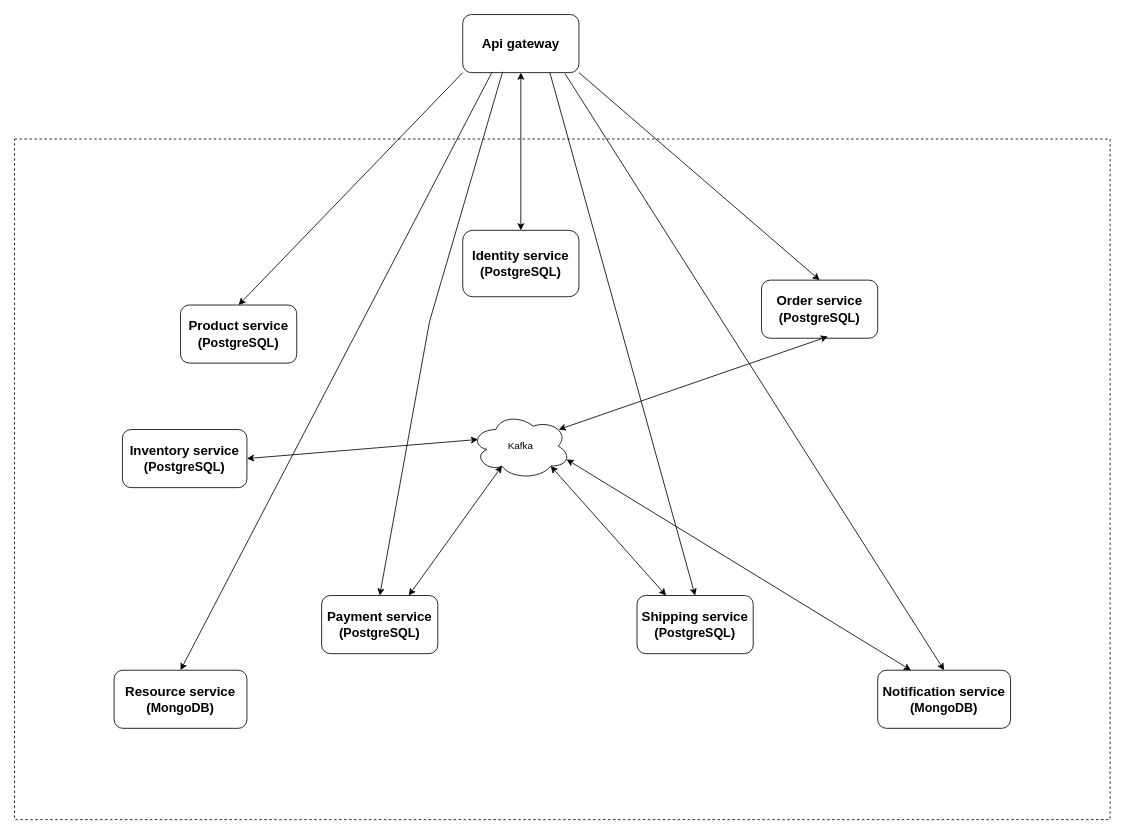
Earlier version of the draw.io diagram page "Microservice tructure" (1 of 8) of Microservice_clothing_shop.drawio (hoang2912002/e-commerce). Source tidied: cells renumbered, new cells numbered last; positions are measured from the earlier drawing's top-left corner, leaving out a move shared by most shapes. Both pictures are drawn from the tidied source at 83%, with x=0, y=0 at pixel (14, 14).
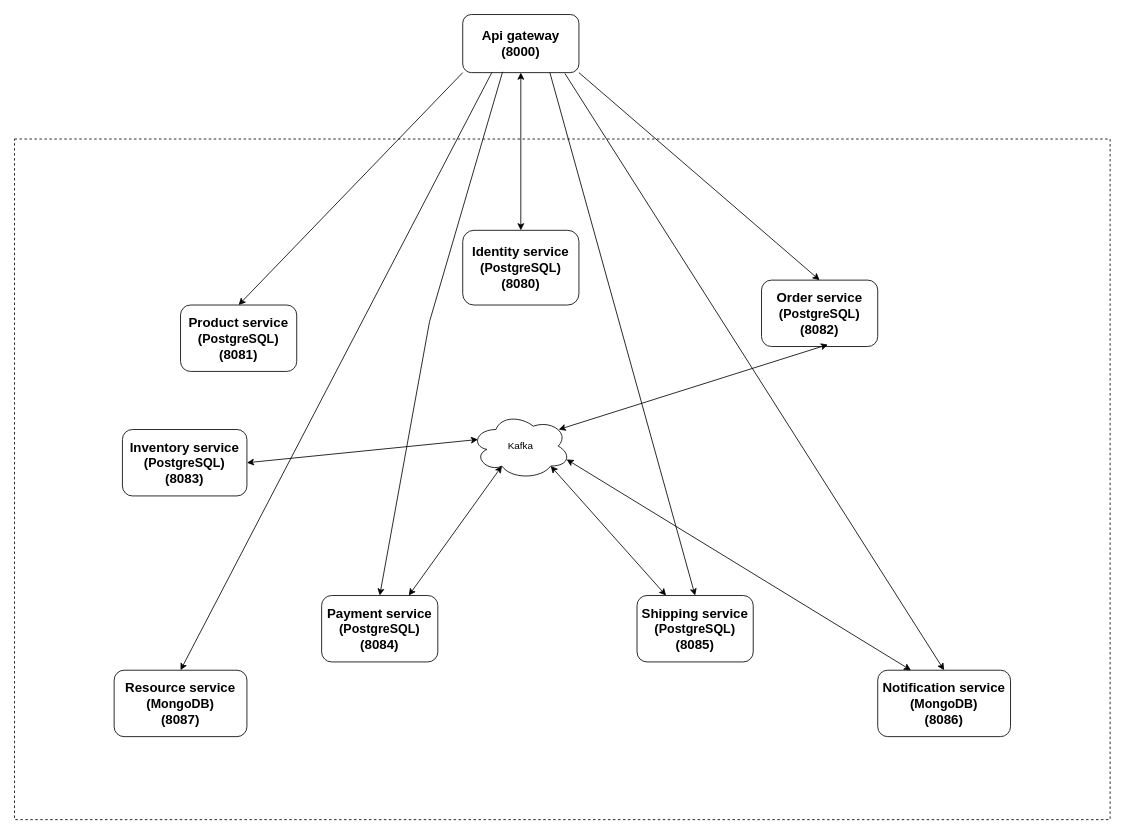
The same diagram, later.

What changed in the source:
```diff
@@
-    <mxCell id="3" value="&lt;b&gt;&lt;font style=&quot;font-size: 16px;&quot;&gt;Identity service&lt;/font&gt;&lt;/b&gt;&lt;div&gt;&lt;b&gt;&lt;font style=&quot;font-size: 16px;&quot;&gt;(&lt;/font&gt;&lt;/b&gt;&lt;span style=&quot;background-color: transparent; color: light-dark(rgb(0, 0, 0), rgb(255, 255, 255));&quot;&gt;&lt;font style=&quot;font-size: 15px;&quot;&gt;&lt;b&gt;PostgreSQL&lt;/b&gt;&lt;/font&gt;&lt;/span&gt;&lt;b style=&quot;background-color: transparent; color: light-dark(rgb(0, 0, 0), rgb(255, 255, 255));&quot;&gt;&lt;font style=&quot;font-size: 16px;&quot;&gt;)&lt;/font&gt;&lt;/b&gt;&lt;/div&gt;" style="rounded=1;whiteSpace=wrap;html=1;" parent="1" vertex="1">
-      <mxGeometry x="540" y="260" width="140" height="80" as="geometry" />
+    <mxCell id="3" value="&lt;b&gt;&lt;font style=&quot;font-size: 16px;&quot;&gt;Identity service&lt;/font&gt;&lt;/b&gt;&lt;div&gt;&lt;b&gt;&lt;font style=&quot;font-size: 16px;&quot;&gt;(&lt;/font&gt;&lt;/b&gt;&lt;span style=&quot;background-color: transparent; color: light-dark(rgb(0, 0, 0), rgb(255, 255, 255));&quot;&gt;&lt;font style=&quot;font-size: 15px;&quot;&gt;&lt;b&gt;PostgreSQL&lt;/b&gt;&lt;/font&gt;&lt;/span&gt;&lt;b style=&quot;background-color: transparent; color: light-dark(rgb(0, 0, 0), rgb(255, 255, 255));&quot;&gt;&lt;font style=&quot;font-size: 16px;&quot;&gt;)&lt;/font&gt;&lt;/b&gt;&lt;/div&gt;&lt;div&gt;&lt;b style=&quot;background-color: transparent; color: light-dark(rgb(0, 0, 0), rgb(255, 255, 255));&quot;&gt;&lt;font style=&quot;font-size: 16px;&quot;&gt;(8080)&lt;/font&gt;&lt;/b&gt;&lt;/div&gt;" style="rounded=1;whiteSpace=wrap;html=1;" parent="1" vertex="1">
+      <mxGeometry x="540" y="260" width="140" height="90" as="geometry" />
     </mxCell>
-    <mxCell id="4" value="&lt;b&gt;&lt;font style=&quot;font-size: 16px;&quot;&gt;Product service&lt;/font&gt;&lt;/b&gt;&lt;div&gt;&lt;b&gt;&lt;font style=&quot;font-size: 16px;&quot;&gt;(&lt;/font&gt;&lt;/b&gt;&lt;span style=&quot;background-color: transparent; color: light-dark(rgb(0, 0, 0), rgb(255, 255, 255));&quot;&gt;&lt;b&gt;&lt;font style=&quot;font-size: 15px;&quot;&gt;PostgreSQL&lt;/font&gt;&lt;/b&gt;&lt;/span&gt;&lt;b style=&quot;background-color: transparent; color: light-dark(rgb(0, 0, 0), rgb(255, 255, 255));&quot;&gt;&lt;font style=&quot;font-size: 16px;&quot;&gt;)&lt;/font&gt;&lt;/b&gt;&lt;/div&gt;" style="rounded=1;whiteSpace=wrap;html=1;" parent="1" vertex="1">
-      <mxGeometry x="200" y="350" width="140" height="70" as="geometry" />
+    <mxCell id="4" value="&lt;b&gt;&lt;font style=&quot;font-size: 16px;&quot;&gt;Product service&lt;/font&gt;&lt;/b&gt;&lt;div&gt;&lt;b&gt;&lt;font style=&quot;font-size: 16px;&quot;&gt;(&lt;/font&gt;&lt;/b&gt;&lt;span style=&quot;background-color: transparent; color: light-dark(rgb(0, 0, 0), rgb(255, 255, 255));&quot;&gt;&lt;b&gt;&lt;font style=&quot;font-size: 15px;&quot;&gt;PostgreSQL&lt;/font&gt;&lt;/b&gt;&lt;/span&gt;&lt;b style=&quot;background-color: transparent; color: light-dark(rgb(0, 0, 0), rgb(255, 255, 255));&quot;&gt;&lt;font style=&quot;font-size: 16px;&quot;&gt;)&lt;/font&gt;&lt;/b&gt;&lt;/div&gt;&lt;div&gt;&lt;b style=&quot;background-color: transparent; color: light-dark(rgb(0, 0, 0), rgb(255, 255, 255));&quot;&gt;&lt;font style=&quot;font-size: 16px;&quot;&gt;(8081)&lt;/font&gt;&lt;/b&gt;&lt;/div&gt;" style="rounded=1;whiteSpace=wrap;html=1;" parent="1" vertex="1">
+      <mxGeometry x="200" y="350" width="140" height="80" as="geometry" />
     </mxCell>
-    <mxCell id="5" value="&lt;b&gt;&lt;font style=&quot;font-size: 16px;&quot;&gt;Order service&lt;/font&gt;&lt;/b&gt;&lt;div&gt;&lt;span style=&quot;font-size: 16px;&quot;&gt;&lt;b&gt;(&lt;/b&gt;&lt;/span&gt;&lt;b style=&quot;background-color: transparent; color: light-dark(rgb(0, 0, 0), rgb(255, 255, 255));&quot;&gt;&lt;font style=&quot;font-size: 15px;&quot;&gt;PostgreSQL&lt;/font&gt;&lt;/b&gt;&lt;b style=&quot;font-size: 16px; background-color: transparent; color: light-dark(rgb(0, 0, 0), rgb(255, 255, 255));&quot;&gt;)&lt;/b&gt;&lt;/div&gt;" style="rounded=1;whiteSpace=wrap;html=1;" parent="1" vertex="1">
-      <mxGeometry x="900" y="320" width="140" height="70" as="geometry" />
+    <mxCell id="5" value="&lt;b&gt;&lt;font style=&quot;font-size: 16px;&quot;&gt;Order service&lt;/font&gt;&lt;/b&gt;&lt;div&gt;&lt;span style=&quot;font-size: 16px;&quot;&gt;&lt;b&gt;(&lt;/b&gt;&lt;/span&gt;&lt;b style=&quot;background-color: transparent; color: light-dark(rgb(0, 0, 0), rgb(255, 255, 255));&quot;&gt;&lt;font style=&quot;font-size: 15px;&quot;&gt;PostgreSQL&lt;/font&gt;&lt;/b&gt;&lt;b style=&quot;font-size: 16px; background-color: transparent; color: light-dark(rgb(0, 0, 0), rgb(255, 255, 255));&quot;&gt;)&lt;/b&gt;&lt;/div&gt;&lt;div&gt;&lt;b style=&quot;font-size: 16px; background-color: transparent; color: light-dark(rgb(0, 0, 0), rgb(255, 255, 255));&quot;&gt;(8082)&lt;/b&gt;&lt;/div&gt;" style="rounded=1;whiteSpace=wrap;html=1;" parent="1" vertex="1">
+      <mxGeometry x="900" y="320" width="140" height="80" as="geometry" />
     </mxCell>
-    <mxCell id="6" value="&lt;b&gt;&lt;font style=&quot;font-size: 16px;&quot;&gt;Payment service&lt;/font&gt;&lt;/b&gt;&lt;div&gt;&lt;span style=&quot;font-size: 16px;&quot;&gt;&lt;b&gt;(&lt;/b&gt;&lt;/span&gt;&lt;b style=&quot;background-color: transparent; color: light-dark(rgb(0, 0, 0), rgb(255, 255, 255));&quot;&gt;&lt;font style=&quot;font-size: 15px;&quot;&gt;PostgreSQL&lt;/font&gt;&lt;/b&gt;&lt;b style=&quot;font-size: 16px; background-color: transparent; color: light-dark(rgb(0, 0, 0), rgb(255, 255, 255));&quot;&gt;)&lt;/b&gt;&lt;/div&gt;" style="rounded=1;whiteSpace=wrap;html=1;" parent="1" vertex="1">
-      <mxGeometry x="370" y="700" width="140" height="70" as="geometry" />
+    <mxCell id="6" value="&lt;b&gt;&lt;font style=&quot;font-size: 16px;&quot;&gt;Payment service&lt;/font&gt;&lt;/b&gt;&lt;div&gt;&lt;span style=&quot;font-size: 16px;&quot;&gt;&lt;b&gt;(&lt;/b&gt;&lt;/span&gt;&lt;b style=&quot;background-color: transparent; color: light-dark(rgb(0, 0, 0), rgb(255, 255, 255));&quot;&gt;&lt;font style=&quot;font-size: 15px;&quot;&gt;PostgreSQL&lt;/font&gt;&lt;/b&gt;&lt;b style=&quot;font-size: 16px; background-color: transparent; color: light-dark(rgb(0, 0, 0), rgb(255, 255, 255));&quot;&gt;)&lt;/b&gt;&lt;/div&gt;&lt;div&gt;&lt;b style=&quot;font-size: 16px; background-color: transparent; color: light-dark(rgb(0, 0, 0), rgb(255, 255, 255));&quot;&gt;(8084)&lt;/b&gt;&lt;/div&gt;" style="rounded=1;whiteSpace=wrap;html=1;" parent="1" vertex="1">
+      <mxGeometry x="370" y="700" width="140" height="80" as="geometry" />
     </mxCell>
-    <mxCell id="7" value="&lt;b&gt;&lt;font style=&quot;font-size: 16px;&quot;&gt;Shipping service&lt;/font&gt;&lt;/b&gt;&lt;div&gt;&lt;span style=&quot;font-size: 16px;&quot;&gt;&lt;b&gt;(&lt;/b&gt;&lt;/span&gt;&lt;b style=&quot;background-color: transparent; color: light-dark(rgb(0, 0, 0), rgb(255, 255, 255));&quot;&gt;&lt;font style=&quot;font-size: 15px;&quot;&gt;PostgreSQL&lt;/font&gt;&lt;/b&gt;&lt;b style=&quot;font-size: 16px; background-color: transparent; color: light-dark(rgb(0, 0, 0), rgb(255, 255, 255));&quot;&gt;)&lt;/b&gt;&lt;/div&gt;" style="rounded=1;whiteSpace=wrap;html=1;" parent="1" vertex="1">
-      <mxGeometry x="750" y="700" width="140" height="70" as="geometry" />
+    <mxCell id="7" value="&lt;b&gt;&lt;font style=&quot;font-size: 16px;&quot;&gt;Shipping service&lt;/font&gt;&lt;/b&gt;&lt;div&gt;&lt;span style=&quot;font-size: 16px;&quot;&gt;&lt;b&gt;(&lt;/b&gt;&lt;/span&gt;&lt;b style=&quot;background-color: transparent; color: light-dark(rgb(0, 0, 0), rgb(255, 255, 255));&quot;&gt;&lt;font style=&quot;font-size: 15px;&quot;&gt;PostgreSQL&lt;/font&gt;&lt;/b&gt;&lt;b style=&quot;font-size: 16px; background-color: transparent; color: light-dark(rgb(0, 0, 0), rgb(255, 255, 255));&quot;&gt;)&lt;/b&gt;&lt;/div&gt;&lt;div&gt;&lt;b style=&quot;font-size: 16px; background-color: transparent; color: light-dark(rgb(0, 0, 0), rgb(255, 255, 255));&quot;&gt;(8085)&lt;/b&gt;&lt;/div&gt;" style="rounded=1;whiteSpace=wrap;html=1;" parent="1" vertex="1">
+      <mxGeometry x="750" y="700" width="140" height="80" as="geometry" />
     </mxCell>
-    <mxCell id="8" value="&lt;b&gt;&lt;font style=&quot;font-size: 16px;&quot;&gt;Notification service&lt;/font&gt;&lt;/b&gt;&lt;div&gt;&lt;b&gt;&lt;font style=&quot;font-size: 16px;&quot;&gt;(&lt;/font&gt;&lt;font style=&quot;font-size: 15px;&quot;&gt;MongoDB&lt;/font&gt;&lt;font style=&quot;font-size: 16px;&quot;&gt;)&lt;/font&gt;&lt;/b&gt;&lt;/div&gt;" style="rounded=1;whiteSpace=wrap;html=1;" parent="1" vertex="1">
-      <mxGeometry x="1040" y="790" width="160" height="70" as="geometry" />
+    <mxCell id="8" value="&lt;b&gt;&lt;font style=&quot;font-size: 16px;&quot;&gt;Notification service&lt;/font&gt;&lt;/b&gt;&lt;div&gt;&lt;b&gt;&lt;font style=&quot;font-size: 16px;&quot;&gt;(&lt;/font&gt;&lt;font style=&quot;font-size: 15px;&quot;&gt;MongoDB&lt;/font&gt;&lt;font style=&quot;font-size: 16px;&quot;&gt;)&lt;/font&gt;&lt;/b&gt;&lt;/div&gt;&lt;div&gt;&lt;b&gt;&lt;font style=&quot;font-size: 16px;&quot;&gt;(8086)&lt;/font&gt;&lt;/b&gt;&lt;/div&gt;" style="rounded=1;whiteSpace=wrap;html=1;" parent="1" vertex="1">
+      <mxGeometry x="1040" y="790" width="160" height="80" as="geometry" />
     </mxCell>
-    <mxCell id="9" value="&lt;b&gt;&lt;font style=&quot;font-size: 16px;&quot;&gt;Resource service&lt;/font&gt;&lt;/b&gt;&lt;div&gt;&lt;b&gt;&lt;font style=&quot;font-size: 16px;&quot;&gt;(&lt;/font&gt;&lt;/b&gt;&lt;b style=&quot;background-color: transparent; color: light-dark(rgb(0, 0, 0), rgb(255, 255, 255));&quot;&gt;&lt;font style=&quot;font-size: 15px;&quot;&gt;MongoDB&lt;/font&gt;&lt;/b&gt;&lt;b style=&quot;background-color: transparent; color: light-dark(rgb(0, 0, 0), rgb(255, 255, 255));&quot;&gt;&lt;font style=&quot;font-size: 16px;&quot;&gt;)&lt;/font&gt;&lt;/b&gt;&lt;/div&gt;" style="rounded=1;whiteSpace=wrap;html=1;" parent="1" vertex="1">
-      <mxGeometry x="120" y="790" width="160" height="70" as="geometry" />
+    <mxCell id="9" value="&lt;b&gt;&lt;font style=&quot;font-size: 16px;&quot;&gt;Resource service&lt;/font&gt;&lt;/b&gt;&lt;div&gt;&lt;b&gt;&lt;font style=&quot;font-size: 16px;&quot;&gt;(&lt;/font&gt;&lt;/b&gt;&lt;b style=&quot;background-color: transparent; color: light-dark(rgb(0, 0, 0), rgb(255, 255, 255));&quot;&gt;&lt;font style=&quot;font-size: 15px;&quot;&gt;MongoDB&lt;/font&gt;&lt;/b&gt;&lt;b style=&quot;background-color: transparent; color: light-dark(rgb(0, 0, 0), rgb(255, 255, 255));&quot;&gt;&lt;font style=&quot;font-size: 16px;&quot;&gt;)&lt;/font&gt;&lt;/b&gt;&lt;/div&gt;&lt;div&gt;&lt;b style=&quot;background-color: transparent; color: light-dark(rgb(0, 0, 0), rgb(255, 255, 255));&quot;&gt;&lt;font style=&quot;font-size: 16px;&quot;&gt;(8087)&lt;/font&gt;&lt;/b&gt;&lt;/div&gt;" style="rounded=1;whiteSpace=wrap;html=1;" parent="1" vertex="1">
+      <mxGeometry x="120" y="790" width="160" height="80" as="geometry" />
     </mxCell>
-    <mxCell id="10" value="&lt;b&gt;&lt;font style=&quot;font-size: 16px;&quot;&gt;Api gateway&lt;/font&gt;&lt;/b&gt;" style="rounded=1;whiteSpace=wrap;html=1;" parent="1" vertex="1">
+    <mxCell id="10" value="&lt;b&gt;&lt;font style=&quot;font-size: 16px;&quot;&gt;Api gateway&lt;/font&gt;&lt;/b&gt;&lt;div&gt;&lt;b&gt;&lt;font style=&quot;font-size: 16px;&quot;&gt;(8000)&lt;/font&gt;&lt;/b&gt;&lt;/div&gt;" style="rounded=1;whiteSpace=wrap;html=1;" parent="1" vertex="1">
       <mxGeometry x="540" width="140" height="70" as="geometry" />
     </mxCell>
@@
-    <mxCell id="23" value="&lt;b&gt;&lt;font style=&quot;font-size: 16px;&quot;&gt;Inventory service&lt;/font&gt;&lt;/b&gt;&lt;div&gt;&lt;b&gt;&lt;font style=&quot;font-size: 16px;&quot;&gt;(&lt;/font&gt;&lt;/b&gt;&lt;span style=&quot;background-color: transparent; color: light-dark(rgb(0, 0, 0), rgb(255, 255, 255));&quot;&gt;&lt;b&gt;&lt;font style=&quot;font-size: 15px;&quot;&gt;PostgreSQL&lt;/font&gt;&lt;/b&gt;&lt;/span&gt;&lt;b style=&quot;background-color: transparent; color: light-dark(rgb(0, 0, 0), rgb(255, 255, 255));&quot;&gt;&lt;font style=&quot;font-size: 16px;&quot;&gt;)&lt;/font&gt;&lt;/b&gt;&lt;/div&gt;" style="rounded=1;whiteSpace=wrap;html=1;" parent="1" vertex="1">
-      <mxGeometry x="130" y="500" width="150" height="70" as="geometry" />
+    <mxCell id="23" value="&lt;b&gt;&lt;font style=&quot;font-size: 16px;&quot;&gt;Inventory service&lt;/font&gt;&lt;/b&gt;&lt;div&gt;&lt;b&gt;&lt;font style=&quot;font-size: 16px;&quot;&gt;(&lt;/font&gt;&lt;/b&gt;&lt;span style=&quot;background-color: transparent; color: light-dark(rgb(0, 0, 0), rgb(255, 255, 255));&quot;&gt;&lt;b&gt;&lt;font style=&quot;font-size: 15px;&quot;&gt;PostgreSQL&lt;/font&gt;&lt;/b&gt;&lt;/span&gt;&lt;b style=&quot;background-color: transparent; color: light-dark(rgb(0, 0, 0), rgb(255, 255, 255));&quot;&gt;&lt;font style=&quot;font-size: 16px;&quot;&gt;)&lt;/font&gt;&lt;/b&gt;&lt;/div&gt;&lt;div&gt;&lt;b style=&quot;background-color: transparent; color: light-dark(rgb(0, 0, 0), rgb(255, 255, 255));&quot;&gt;&lt;font style=&quot;font-size: 16px;&quot;&gt;(8083)&lt;/font&gt;&lt;/b&gt;&lt;/div&gt;" style="rounded=1;whiteSpace=wrap;html=1;" parent="1" vertex="1">
+      <mxGeometry x="130" y="500" width="150" height="80" as="geometry" />
     </mxCell>
```
